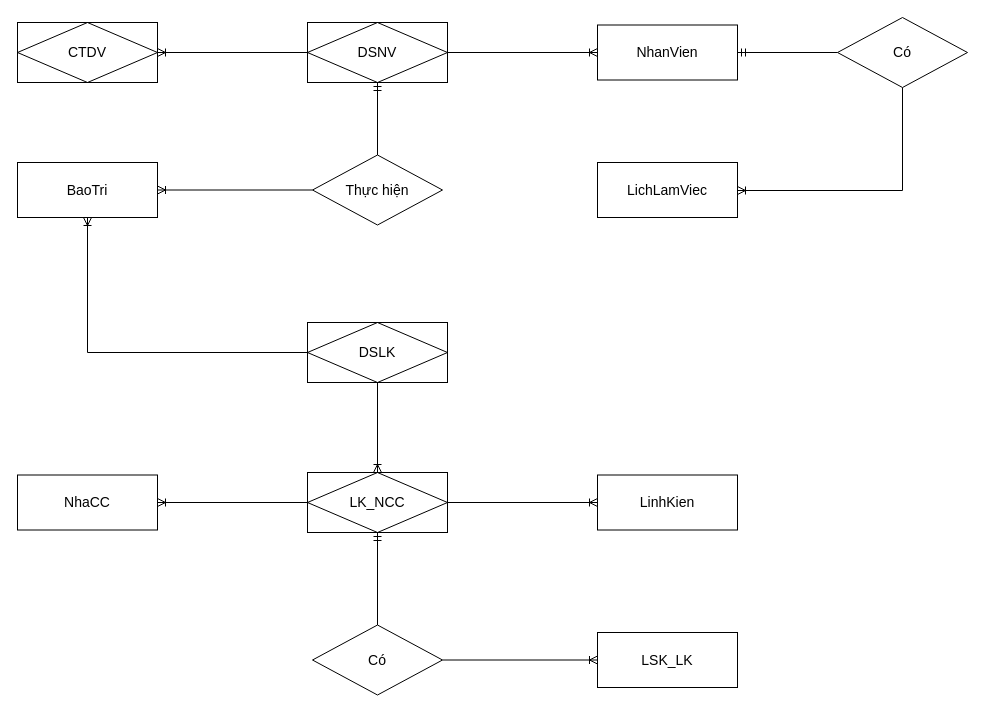
This is page "ERD_2" (3 of 6) of Untitled Diagram.drawio from duy-nq/drawio, a draw.io file, before an edit. Source tidied: cells renumbered, new cells numbered last; positions are measured from the earlier drawing's top-left corner, leaving out a move shared by most shapes. Both pictures are drawn from the tidied source at 100%, with x=0, y=0 at pixel (17, 17).
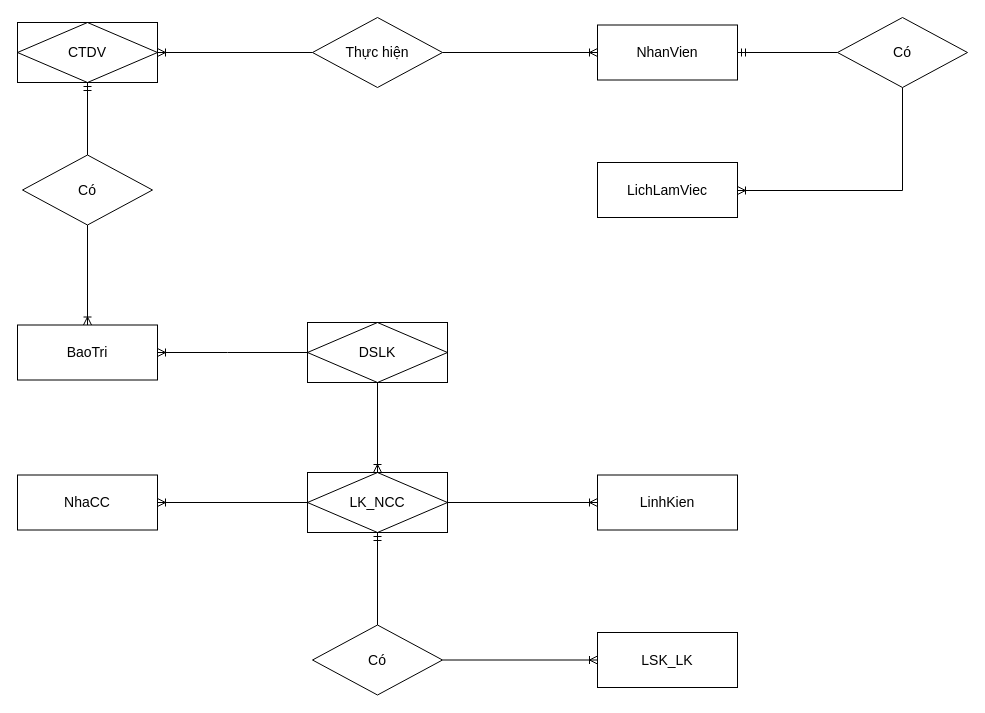
The same page after the edit.

Unchanged cells that the change refers to:
```xml
<mxCell id="2" value="CTDV" style="shape=associativeEntity;whiteSpace=wrap;html=1;align=center;fontSize=14;" parent="1" vertex="1">
  <mxGeometry y="5" width="140" height="60" as="geometry" />
</mxCell>
<mxCell id="11" value="DSLK" style="shape=associativeEntity;whiteSpace=wrap;html=1;align=center;fontSize=14;" parent="1" vertex="1">
  <mxGeometry x="290" y="305" width="140" height="60" as="geometry" />
</mxCell>
<mxCell id="14" value="NhanVien" style="whiteSpace=wrap;html=1;align=center;rounded=0;glass=0;fontSize=14;" parent="1" vertex="1">
  <mxGeometry x="580" y="7.5" width="140" height="55" as="geometry" />
</mxCell>
```

What changed in the source:
```diff
@@
-    <mxCell id="3" style="edgeStyle=elbowEdgeStyle;rounded=0;jettySize=auto;html=1;entryX=0;entryY=0.5;entryDx=0;entryDy=0;endArrow=none;endFill=0;startArrow=ERoneToMany;startFill=0;" parent="1" edge="1" source="4" target="11">
+    <mxCell id="3" style="edgeStyle=elbowEdgeStyle;rounded=0;jettySize=auto;html=1;entryX=0;entryY=0.5;entryDx=0;entryDy=0;endArrow=none;endFill=0;startArrow=ERoneToMany;startFill=0;exitX=1;exitY=0.5;exitDx=0;exitDy=0;" parent="1" edge="1" source="4" target="11">
       <mxGeometry relative="1" as="geometry">
         <Array as="points">
-          <mxPoint x="70" y="285" />
+          <mxPoint x="210" y="315" />
         </Array>
       </mxGeometry>
     </mxCell>
     <mxCell id="4" value="BaoTri" style="whiteSpace=wrap;html=1;align=center;rounded=0;glass=0;fontSize=14;" parent="1" vertex="1">
-      <mxGeometry y="145" width="140" height="55" as="geometry" />
+      <mxGeometry y="307.5" width="140" height="55" as="geometry" />
     </mxCell>
@@
-    <mxCell id="12" style="edgeStyle=orthogonalEdgeStyle;rounded=0;jettySize=auto;html=1;endArrow=ERoneToMany;endFill=0;" parent="1" edge="1" source="13" target="14">
+    <mxCell id="12" style="edgeStyle=orthogonalEdgeStyle;rounded=0;jettySize=auto;html=1;endArrow=ERoneToMany;endFill=0;exitX=1;exitY=0.5;exitDx=0;exitDy=0;" parent="1" edge="1" source="19" target="14">
       <mxGeometry relative="1" as="geometry" />
     </mxCell>
-    <mxCell id="13" value="DSNV" style="shape=associativeEntity;whiteSpace=wrap;html=1;align=center;fontSize=14;" parent="1" vertex="1">
-      <mxGeometry x="290" y="5" width="140" height="60" as="geometry" />
-    </mxCell>
@@
-    <mxCell id="16" style="edgeStyle=orthogonalEdgeStyle;rounded=0;jettySize=auto;html=1;exitX=0;exitY=0.5;exitDx=0;exitDy=0;endArrow=ERoneToMany;endFill=0;" parent="1" edge="1" source="13" target="2">
+    <mxCell id="16" style="edgeStyle=orthogonalEdgeStyle;rounded=0;jettySize=auto;html=1;exitX=0;exitY=0.5;exitDx=0;exitDy=0;endArrow=ERoneToMany;endFill=0;" parent="1" edge="1" source="19" target="2">
       <mxGeometry relative="1" as="geometry" />
     </mxCell>
-    <mxCell id="17" style="edgeStyle=orthogonalEdgeStyle;rounded=0;jettySize=auto;html=1;endArrow=ERmandOne;endFill=0;" parent="1" edge="1" source="19" target="13">
-      <mxGeometry relative="1" as="geometry" />
-    </mxCell>
-    <mxCell id="18" style="edgeStyle=orthogonalEdgeStyle;rounded=0;jettySize=auto;html=1;endArrow=ERoneToMany;endFill=0;" parent="1" edge="1" source="19" target="4">
-      <mxGeometry relative="1" as="geometry" />
-    </mxCell>
-    <mxCell id="19" value="Thực hiện" style="shape=rhombus;perimeter=rhombusPerimeter;whiteSpace=wrap;html=1;align=center;fontSize=14;" parent="1" vertex="1">
-      <mxGeometry x="295" y="137.5" width="130" height="70" as="geometry" />
-    </mxCell>
@@
+    <mxCell id="19" value="Thực hiện" style="shape=rhombus;perimeter=rhombusPerimeter;whiteSpace=wrap;html=1;align=center;fontSize=14;" parent="1" vertex="1">
+      <mxGeometry x="295" width="130" height="70" as="geometry" />
+    </mxCell>
+    <mxCell id="27" style="edgeStyle=orthogonalEdgeStyle;rounded=0;jettySize=auto;html=1;endArrow=ERmandOne;endFill=0;" parent="1" edge="1" source="29" target="2">
+      <mxGeometry relative="1" as="geometry" />
+    </mxCell>
+    <mxCell id="28" style="edgeStyle=orthogonalEdgeStyle;rounded=0;jettySize=auto;html=1;endArrow=ERoneToMany;endFill=0;" parent="1" edge="1" source="29" target="4">
+      <mxGeometry relative="1" as="geometry" />
+    </mxCell>
+    <mxCell id="29" value="Có" style="shape=rhombus;perimeter=rhombusPerimeter;whiteSpace=wrap;html=1;align=center;fontSize=14;" parent="1" vertex="1">
+      <mxGeometry x="5" y="137.5" width="130" height="70" as="geometry" />
+    </mxCell>
```
